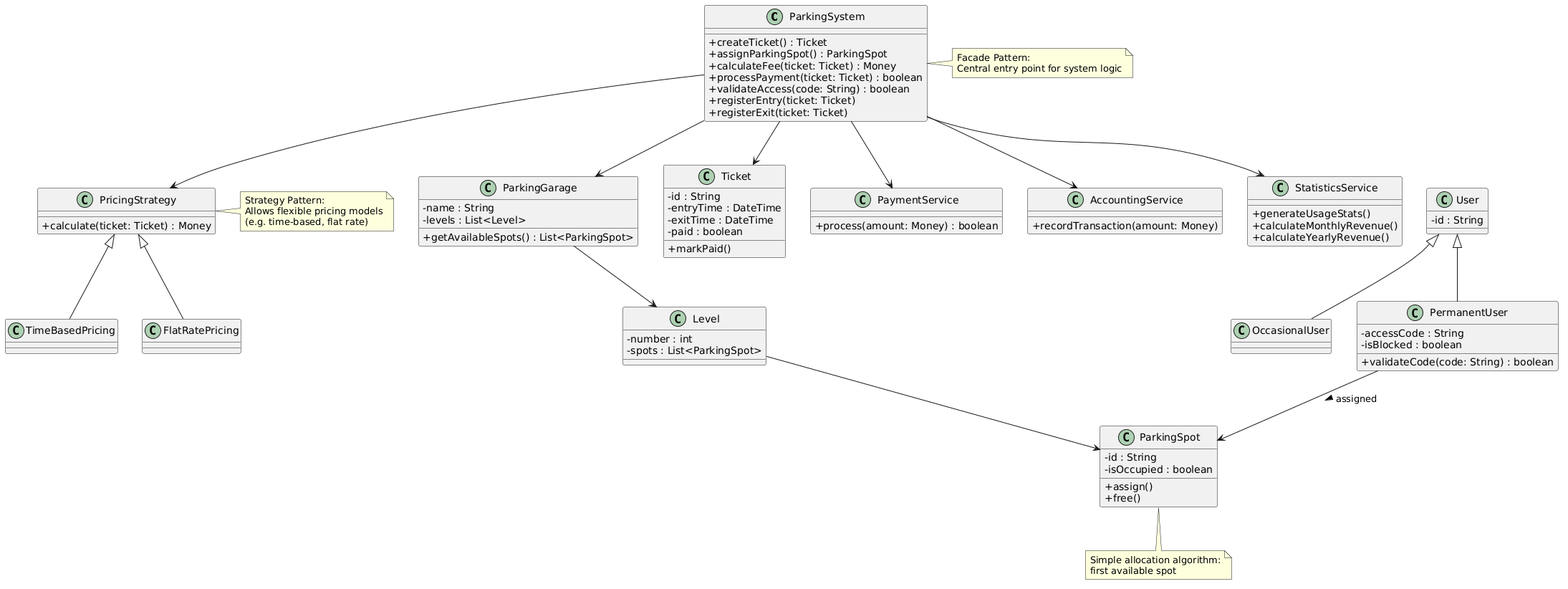
This is documentation/diagrams/class_diagram.png from Adyrem/parking, a PlantUML export, as it was before one commit. Source of this version:
```plantuml
@startuml
skinparam classAttributeIconSize 0

class ParkingSystem {
  +createTicket() : Ticket
  +assignParkingSpot() : ParkingSpot
  +calculateFee(ticket: Ticket) : Money
  +processPayment(ticket: Ticket) : boolean
  +validateAccess(code: String) : boolean
  +registerEntry(ticket: Ticket)
  +registerExit(ticket: Ticket)
}

class ParkingGarage {
  -name : String
  -levels : List<Level>
  +getAvailableSpots() : List<ParkingSpot>
}

class Level {
  -number : int
  -spots : List<ParkingSpot>
}

class ParkingSpot {
  -id : String
  -isOccupied : boolean
  +assign()
  +free()
}

class Ticket {
  -id : String
  -entryTime : DateTime
  -exitTime : DateTime
  -paid : boolean
  +markPaid()
}

class User {
  -id : String
}

class OccasionalUser
class PermanentUser {
  -accessCode : String
  -isBlocked : boolean
  +validateCode(code: String) : boolean
}

User <|-- OccasionalUser
User <|-- PermanentUser

class PaymentService {
  +process(amount: Money) : boolean
}

class AccountingService {
  +recordTransaction(amount: Money)
}

class PricingStrategy {
  +calculate(ticket: Ticket) : Money
}

class TimeBasedPricing
class FlatRatePricing

PricingStrategy <|-- TimeBasedPricing
PricingStrategy <|-- FlatRatePricing

class StatisticsService {
  +generateUsageStats()
  +calculateMonthlyRevenue()
  +calculateYearlyRevenue()
}

ParkingSystem --> ParkingGarage
ParkingGarage --> Level
Level --> ParkingSpot

ParkingSystem --> Ticket
ParkingSystem --> PaymentService
ParkingSystem --> AccountingService
ParkingSystem --> StatisticsService

ParkingSystem --> PricingStrategy

PermanentUser --> ParkingSpot : assigned >

note right of PricingStrategy
Strategy Pattern:
Allows flexible pricing models
(e.g. time-based, flat rate)
end note

note right of ParkingSystem
Facade Pattern:
Central entry point for system logic
end note

note bottom of ParkingSpot
Simple allocation algorithm:
first available spot
end note
@enduml
```
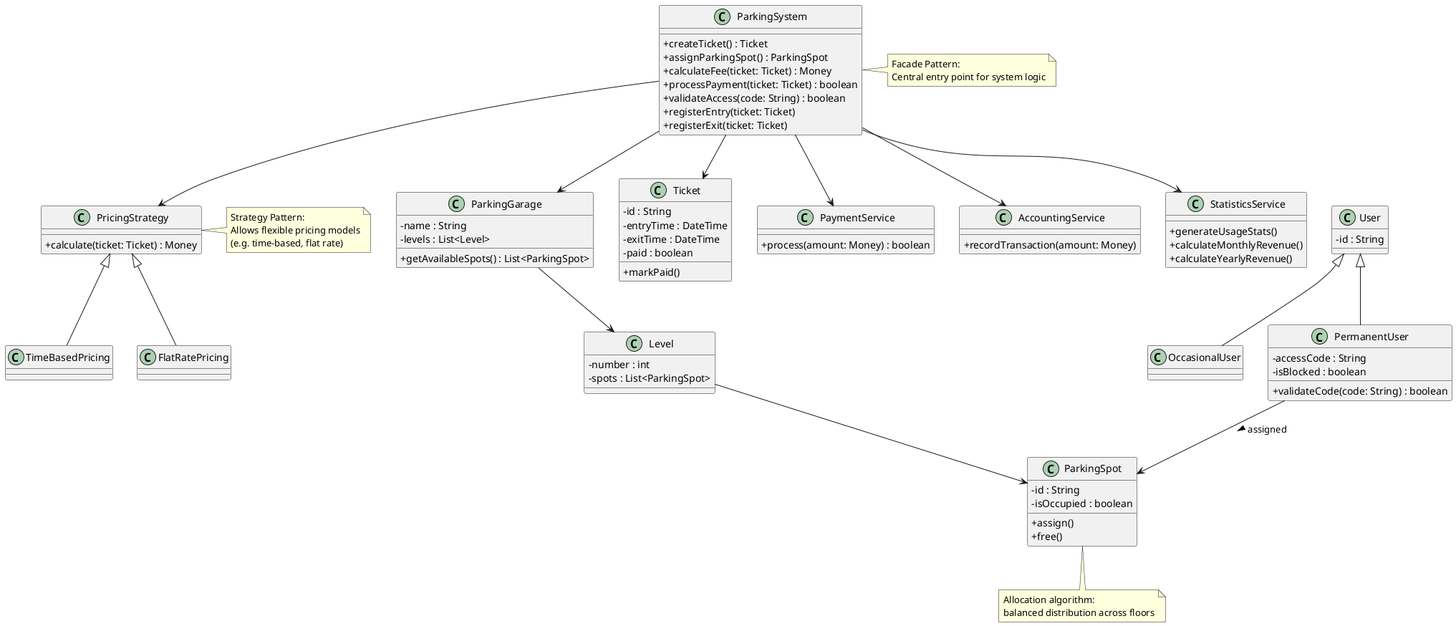
Above is the later version.

Change to the diagram source:
```diff
@@ -1,4 +1,5 @@
 @startuml
+
 skinparam classAttributeIconSize 0
 
 class ParkingSystem {
@@ -100,7 +101,8 @@
 end note
 
 note bottom of ParkingSpot
-Simple allocation algorithm:
-first available spot
+Allocation algorithm:
+balanced distribution across floors
 end note
+
 @enduml
```
